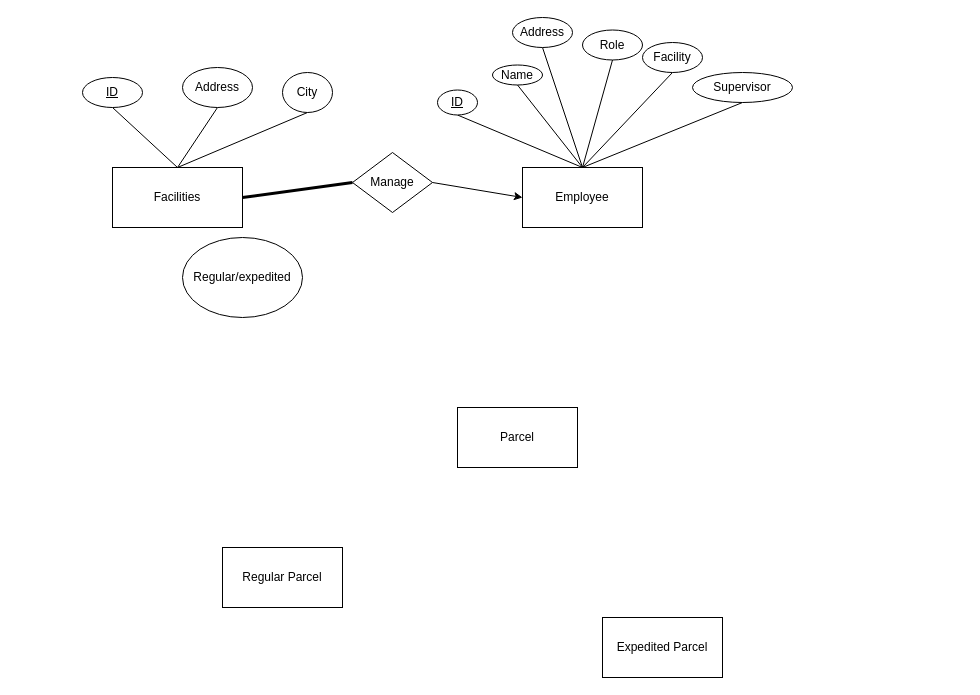
The draw.io diagram ER.drawio in StevenYang23/FlagRaisingGame, before the edit. Source tidied: cells renumbered, new cells numbered last; positions are measured from the earlier drawing's top-left corner, leaving out a move shared by most shapes. Both pictures are drawn from the tidied source at 100%, with x=0, y=0 at pixel (82, 17).
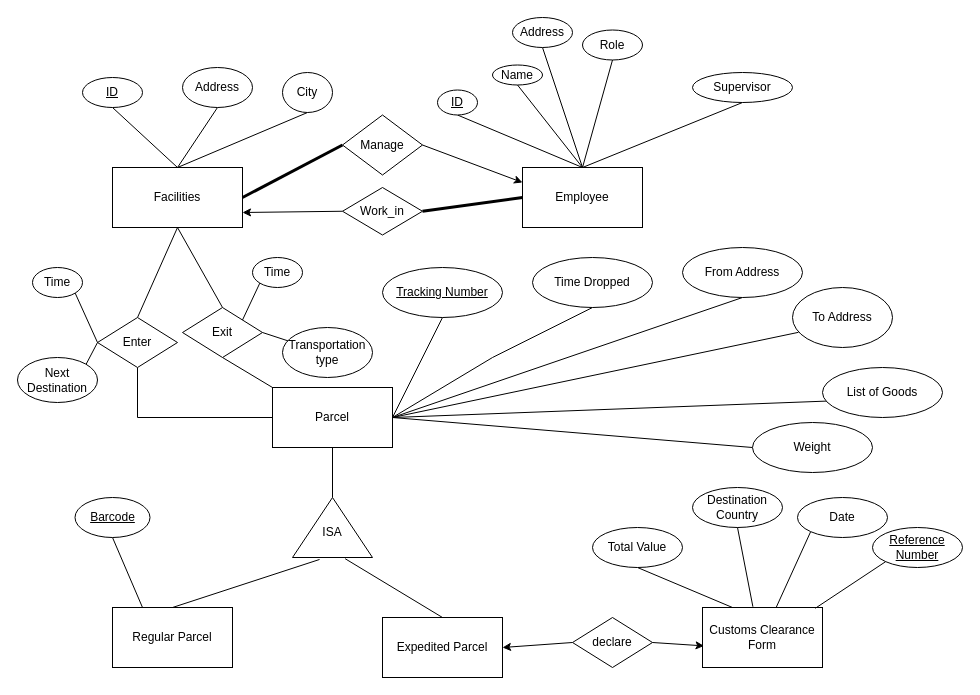
After the change.

Unchanged cells that the change refers to:
```xml
<mxCell id="2" value="Facilities" style="rounded=0;whiteSpace=wrap;html=1;" parent="1" vertex="1">
  <mxGeometry x="30" y="150" width="130" height="60" as="geometry" />
</mxCell>
<mxCell id="12" value="Employee" style="rounded=0;whiteSpace=wrap;html=1;" parent="1" vertex="1">
  <mxGeometry x="440" y="150" width="120" height="60" as="geometry" />
</mxCell>
```

Diff of the diagram source:
```diff
@@
+    <mxCell id="29" style="rounded=0;jettySize=auto;html=1;exitX=0.5;exitY=1;exitDx=0;exitDy=0;entryX=0.5;entryY=0;entryDx=0;entryDy=0;endArrow=none;endFill=0;" parent="1" edge="1" source="2" target="49">
+      <mxGeometry relative="1" as="geometry" />
+    </mxCell>
+    <mxCell id="30" style="rounded=0;jettySize=auto;html=1;exitX=0.5;exitY=1;exitDx=0;exitDy=0;entryX=0.5;entryY=0;entryDx=0;entryDy=0;endArrow=none;endFill=0;" parent="1" edge="1" source="2" target="55">
+      <mxGeometry relative="1" as="geometry" />
+    </mxCell>
@@
     <mxCell id="10" value="Manage" style="rhombus;whiteSpace=wrap;html=1;" parent="1" vertex="1">
-      <mxGeometry x="270" y="135" width="80" height="60" as="geometry" />
+      <mxGeometry x="260" y="97.5" width="80" height="60" as="geometry" />
     </mxCell>
-    <mxCell id="11" style="rounded=0;jettySize=auto;html=1;exitX=0;exitY=0.5;exitDx=0;exitDy=0;entryX=1;entryY=0.5;entryDx=0;entryDy=0;endArrow=none;endFill=0;startArrow=classic;startFill=1;" parent="1" edge="1" source="12" target="10">
+    <mxCell id="11" style="rounded=0;jettySize=auto;html=1;exitX=0;exitY=0.25;exitDx=0;exitDy=0;entryX=1;entryY=0.5;entryDx=0;entryDy=0;endArrow=none;endFill=0;startArrow=classic;startFill=1;" parent="1" edge="1" source="12" target="10">
       <mxGeometry relative="1" as="geometry" />
     </mxCell>
+    <mxCell id="31" style="rounded=0;jettySize=auto;html=1;exitX=0;exitY=0.5;exitDx=0;exitDy=0;entryX=1;entryY=0.5;entryDx=0;entryDy=0;endArrow=none;endFill=0;strokeWidth=3;" parent="1" edge="1" source="12" target="75">
+      <mxGeometry relative="1" as="geometry" />
+    </mxCell>
@@
-    <mxCell id="19" style="rounded=0;jettySize=auto;html=1;exitX=0.5;exitY=1;exitDx=0;exitDy=0;endArrow=none;endFill=0;entryX=0.5;entryY=0;entryDx=0;entryDy=0;" parent="1" edge="1" source="20" target="12">
-      <mxGeometry relative="1" as="geometry" />
-    </mxCell>
-    <mxCell id="20" value="Facility" style="ellipse;whiteSpace=wrap;html=1;" parent="1" vertex="1">
-      <mxGeometry x="560" y="25" width="60" height="30" as="geometry" />
-    </mxCell>
@@
     <mxCell id="25" value="Regular Parcel" style="rounded=0;whiteSpace=wrap;html=1;" parent="1" vertex="1">
-      <mxGeometry x="140" y="530" width="120" height="60" as="geometry" />
+      <mxGeometry x="30" y="590" width="120" height="60" as="geometry" />
     </mxCell>
+    <mxCell id="32" style="rounded=0;jettySize=auto;html=1;exitX=0.5;exitY=1;exitDx=0;exitDy=0;entryX=1;entryY=0.5;entryDx=0;entryDy=0;endArrow=none;endFill=0;" parent="1" edge="1" source="26" target="28">
+      <mxGeometry relative="1" as="geometry" />
+    </mxCell>
-    <mxCell id="26" value="Regular/expedited" style="ellipse;whiteSpace=wrap;html=1;" parent="1" vertex="1">
-      <mxGeometry x="100" y="220" width="120" height="80" as="geometry" />
+    <mxCell id="26" value="&lt;u&gt;Tracking Number&lt;/u&gt;" style="ellipse;whiteSpace=wrap;html=1;" parent="1" vertex="1">
+      <mxGeometry x="300" y="250" width="120" height="50" as="geometry" />
     </mxCell>
     <mxCell id="27" value="Expedited Parcel" style="rounded=0;whiteSpace=wrap;html=1;" parent="1" vertex="1">
-      <mxGeometry x="520" y="600" width="120" height="60" as="geometry" />
+      <mxGeometry x="300" y="600" width="120" height="60" as="geometry" />
     </mxCell>
+    <mxCell id="33" style="rounded=0;jettySize=auto;html=1;exitX=0.5;exitY=1;exitDx=0;exitDy=0;entryX=1;entryY=0.5;entryDx=0;entryDy=0;endArrow=none;endFill=0;" parent="1" edge="1" source="28" target="34">
+      <mxGeometry relative="1" as="geometry" />
+    </mxCell>
     <mxCell id="28" value="Parcel" style="rounded=0;whiteSpace=wrap;html=1;" parent="1" vertex="1">
-      <mxGeometry x="375" y="390" width="120" height="60" as="geometry" />
+      <mxGeometry x="190" y="370" width="120" height="60" as="geometry" />
     </mxCell>
+    <mxCell id="34" style="triangle;whiteSpace=wrap;html=1;rotation=-90;" parent="1" vertex="1">
+      <mxGeometry x="220" y="470" width="60" height="80" as="geometry" />
+    </mxCell>
+    <mxCell id="35" value="ISA" style="text;html=1;strokeColor=none;fillColor=none;align=center;verticalAlign=middle;whiteSpace=wrap;rounded=0;" parent="1" vertex="1">
+      <mxGeometry x="220" y="500" width="60" height="30" as="geometry" />
+    </mxCell>
+    <mxCell id="36" style="rounded=0;jettySize=auto;html=1;exitX=0.5;exitY=0;exitDx=0;exitDy=0;entryX=-0.02;entryY=0.658;entryDx=0;entryDy=0;entryPerimeter=0;endArrow=none;endFill=0;" parent="1" edge="1" source="27" target="34">
+      <mxGeometry relative="1" as="geometry" />
+    </mxCell>
+    <mxCell id="37" style="rounded=0;jettySize=auto;html=1;exitX=0.5;exitY=0;exitDx=0;exitDy=0;entryX=-0.033;entryY=0.338;entryDx=0;entryDy=0;entryPerimeter=0;endArrow=none;endFill=0;" parent="1" edge="1" source="25" target="34">
+      <mxGeometry relative="1" as="geometry" />
+    </mxCell>
+    <mxCell id="38" style="rounded=0;jettySize=auto;html=1;exitX=0.5;exitY=1;exitDx=0;exitDy=0;endArrow=none;endFill=0;entryX=1;entryY=0.5;entryDx=0;entryDy=0;" parent="1" edge="1" source="39" target="28">
+      <mxGeometry relative="1" as="geometry" />
+    </mxCell>
+    <mxCell id="39" value="From Address" style="ellipse;whiteSpace=wrap;html=1;" parent="1" vertex="1">
+      <mxGeometry x="600" y="230" width="120" height="50" as="geometry" />
+    </mxCell>
+    <mxCell id="40" style="rounded=0;jettySize=auto;html=1;exitX=0.5;exitY=1;exitDx=0;exitDy=0;endArrow=none;endFill=0;entryX=1;entryY=0.5;entryDx=0;entryDy=0;" parent="1" edge="1" source="41" target="28">
+      <mxGeometry relative="1" as="geometry">
+        <Array as="points">
+          <mxPoint x="410" y="340" />
+        </Array>
+      </mxGeometry>
+    </mxCell>
+    <mxCell id="41" value="Time Dropped" style="ellipse;whiteSpace=wrap;html=1;" parent="1" vertex="1">
+      <mxGeometry x="450" y="240" width="120" height="50" as="geometry" />
+    </mxCell>
+    <mxCell id="42" style="rounded=0;jettySize=auto;html=1;exitX=0.06;exitY=0.747;exitDx=0;exitDy=0;entryX=1;entryY=0.5;entryDx=0;entryDy=0;endArrow=none;endFill=0;exitPerimeter=0;" parent="1" edge="1" source="43" target="28">
+      <mxGeometry relative="1" as="geometry" />
+    </mxCell>
+    <mxCell id="43" value="To Address" style="ellipse;whiteSpace=wrap;html=1;" parent="1" vertex="1">
+      <mxGeometry x="710" y="270" width="100" height="60" as="geometry" />
+    </mxCell>
+    <mxCell id="44" style="rounded=0;jettySize=auto;html=1;exitX=0.033;exitY=0.672;exitDx=0;exitDy=0;entryX=1;entryY=0.5;entryDx=0;entryDy=0;endArrow=none;endFill=0;exitPerimeter=0;" parent="1" edge="1" source="45" target="28">
+      <mxGeometry relative="1" as="geometry" />
+    </mxCell>
+    <mxCell id="45" value="List of Goods" style="ellipse;whiteSpace=wrap;html=1;" parent="1" vertex="1">
+      <mxGeometry x="740" y="350" width="120" height="50" as="geometry" />
+    </mxCell>
+    <mxCell id="46" style="rounded=0;jettySize=auto;html=1;exitX=0;exitY=0.5;exitDx=0;exitDy=0;endArrow=none;endFill=0;entryX=1;entryY=0.5;entryDx=0;entryDy=0;" parent="1" edge="1" source="47" target="28">
+      <mxGeometry relative="1" as="geometry" />
+    </mxCell>
+    <mxCell id="47" value="Weight" style="ellipse;whiteSpace=wrap;html=1;" parent="1" vertex="1">
+      <mxGeometry x="670" y="405" width="120" height="50" as="geometry" />
+    </mxCell>
+    <mxCell id="48" style="edgeStyle=orthogonalEdgeStyle;rounded=0;jettySize=auto;html=1;exitX=0.5;exitY=1;exitDx=0;exitDy=0;entryX=0;entryY=0.5;entryDx=0;entryDy=0;endArrow=none;endFill=0;" parent="1" edge="1" source="49" target="28">
+      <mxGeometry relative="1" as="geometry" />
+    </mxCell>
+    <mxCell id="49" value="Enter" style="rhombus;whiteSpace=wrap;html=1;" parent="1" vertex="1">
+      <mxGeometry x="15" y="300" width="80" height="50" as="geometry" />
+    </mxCell>
+    <mxCell id="50" style="rounded=0;jettySize=auto;html=1;exitX=1;exitY=0;exitDx=0;exitDy=0;entryX=0;entryY=0.5;entryDx=0;entryDy=0;endArrow=none;endFill=0;" parent="1" edge="1" source="51" target="49">
+      <mxGeometry relative="1" as="geometry" />
+    </mxCell>
+    <mxCell id="51" value="Next Destination" style="ellipse;whiteSpace=wrap;html=1;" parent="1" vertex="1">
+      <mxGeometry x="-65" y="340" width="80" height="45" as="geometry" />
+    </mxCell>
+    <mxCell id="52" style="rounded=0;jettySize=auto;html=1;exitX=1;exitY=1;exitDx=0;exitDy=0;endArrow=none;endFill=0;entryX=0;entryY=0.5;entryDx=0;entryDy=0;" parent="1" edge="1" source="53" target="49">
+      <mxGeometry relative="1" as="geometry" />
+    </mxCell>
+    <mxCell id="53" value="Time" style="ellipse;whiteSpace=wrap;html=1;" parent="1" vertex="1">
+      <mxGeometry x="-50" y="250" width="50" height="30" as="geometry" />
+    </mxCell>
+    <mxCell id="54" style="rounded=0;jettySize=auto;html=1;exitX=0.5;exitY=1;exitDx=0;exitDy=0;entryX=0;entryY=0;entryDx=0;entryDy=0;endArrow=none;endFill=0;" parent="1" edge="1" source="55" target="28">
+      <mxGeometry relative="1" as="geometry" />
+    </mxCell>
+    <mxCell id="55" value="Exit" style="rhombus;whiteSpace=wrap;html=1;" parent="1" vertex="1">
+      <mxGeometry x="100" y="290" width="80" height="50" as="geometry" />
+    </mxCell>
+    <mxCell id="56" style="rounded=0;jettySize=auto;html=1;exitX=0.069;exitY=0.272;exitDx=0;exitDy=0;entryX=1;entryY=0.5;entryDx=0;entryDy=0;endArrow=none;endFill=0;exitPerimeter=0;" parent="1" edge="1" source="57" target="55">
+      <mxGeometry relative="1" as="geometry" />
+    </mxCell>
+    <mxCell id="57" value="Transportation type" style="ellipse;whiteSpace=wrap;html=1;" parent="1" vertex="1">
+      <mxGeometry x="200" y="310" width="90" height="50" as="geometry" />
+    </mxCell>
+    <mxCell id="58" style="rounded=0;jettySize=auto;html=1;exitX=0;exitY=1;exitDx=0;exitDy=0;entryX=1;entryY=0;entryDx=0;entryDy=0;endArrow=none;endFill=0;" parent="1" edge="1" source="59" target="55">
+      <mxGeometry relative="1" as="geometry" />
+    </mxCell>
+    <mxCell id="59" value="Time" style="ellipse;whiteSpace=wrap;html=1;" parent="1" vertex="1">
+      <mxGeometry x="170" y="240" width="50" height="30" as="geometry" />
+    </mxCell>
+    <mxCell id="60" style="rounded=0;jettySize=auto;html=1;exitX=0.5;exitY=1;exitDx=0;exitDy=0;entryX=0.25;entryY=0;entryDx=0;entryDy=0;endArrow=none;endFill=0;" parent="1" edge="1" source="61" target="25">
+      <mxGeometry relative="1" as="geometry" />
+    </mxCell>
+    <mxCell id="61" value="&lt;u&gt;Barcode&lt;/u&gt;" style="ellipse;whiteSpace=wrap;html=1;" parent="1" vertex="1">
+      <mxGeometry x="-7.5" y="480" width="75" height="40" as="geometry" />
+    </mxCell>
+    <mxCell id="62" value="Customs Clearance Form" style="rounded=0;whiteSpace=wrap;html=1;" parent="1" vertex="1">
+      <mxGeometry x="620" y="590" width="120" height="60" as="geometry" />
+    </mxCell>
+    <mxCell id="63" style="rounded=0;jettySize=auto;html=1;exitX=0.5;exitY=1;exitDx=0;exitDy=0;entryX=0.25;entryY=0;entryDx=0;entryDy=0;endArrow=none;endFill=0;" parent="1" edge="1" source="64" target="62">
+      <mxGeometry relative="1" as="geometry" />
+    </mxCell>
+    <mxCell id="64" value="Total Value" style="ellipse;whiteSpace=wrap;html=1;" parent="1" vertex="1">
+      <mxGeometry x="510" y="510" width="90" height="40" as="geometry" />
+    </mxCell>
+    <mxCell id="65" value="Destination Country" style="ellipse;whiteSpace=wrap;html=1;" parent="1" vertex="1">
+      <mxGeometry x="610" y="470" width="90" height="40" as="geometry" />
+    </mxCell>
+    <mxCell id="66" style="rounded=0;jettySize=auto;html=1;exitX=0;exitY=1;exitDx=0;exitDy=0;endArrow=none;endFill=0;" parent="1" edge="1" source="67" target="62">
+      <mxGeometry relative="1" as="geometry" />
+    </mxCell>
+    <mxCell id="67" value="Date" style="ellipse;whiteSpace=wrap;html=1;" parent="1" vertex="1">
+      <mxGeometry x="715" y="480" width="90" height="40" as="geometry" />
+    </mxCell>
+    <mxCell id="68" value="&lt;u&gt;Reference Number&lt;/u&gt;" style="ellipse;whiteSpace=wrap;html=1;" parent="1" vertex="1">
+      <mxGeometry x="790" y="510" width="90" height="40" as="geometry" />
+    </mxCell>
+    <mxCell id="69" style="rounded=0;jettySize=auto;html=1;exitX=0;exitY=0.5;exitDx=0;exitDy=0;entryX=1;entryY=0.5;entryDx=0;entryDy=0;" parent="1" edge="1" source="70" target="27">
+      <mxGeometry relative="1" as="geometry" />
+    </mxCell>
+    <mxCell id="70" value="declare" style="rhombus;whiteSpace=wrap;html=1;" parent="1" vertex="1">
+      <mxGeometry x="490" y="600" width="80" height="50" as="geometry" />
+    </mxCell>
+    <mxCell id="71" style="rounded=0;jettySize=auto;html=1;exitX=1;exitY=0.5;exitDx=0;exitDy=0;entryX=0.013;entryY=0.64;entryDx=0;entryDy=0;entryPerimeter=0;" parent="1" edge="1" source="70" target="62">
+      <mxGeometry relative="1" as="geometry" />
+    </mxCell>
+    <mxCell id="72" style="rounded=0;jettySize=auto;html=1;exitX=0.5;exitY=1;exitDx=0;exitDy=0;entryX=0.42;entryY=-0.013;entryDx=0;entryDy=0;entryPerimeter=0;endArrow=none;endFill=0;" parent="1" edge="1" source="65" target="62">
+      <mxGeometry relative="1" as="geometry" />
+    </mxCell>
+    <mxCell id="73" style="rounded=0;jettySize=auto;html=1;exitX=0;exitY=1;exitDx=0;exitDy=0;entryX=0.94;entryY=0.013;entryDx=0;entryDy=0;entryPerimeter=0;endArrow=none;endFill=0;" parent="1" edge="1" source="68" target="62">
+      <mxGeometry relative="1" as="geometry" />
+    </mxCell>
+    <mxCell id="74" style="rounded=0;jettySize=auto;html=1;exitX=0;exitY=0.5;exitDx=0;exitDy=0;entryX=1;entryY=0.75;entryDx=0;entryDy=0;" parent="1" edge="1" source="75" target="2">
+      <mxGeometry relative="1" as="geometry" />
+    </mxCell>
+    <mxCell id="75" value="Work_in" style="rhombus;whiteSpace=wrap;html=1;" parent="1" vertex="1">
+      <mxGeometry x="260" y="170" width="80" height="47.5" as="geometry" />
+    </mxCell>
```
